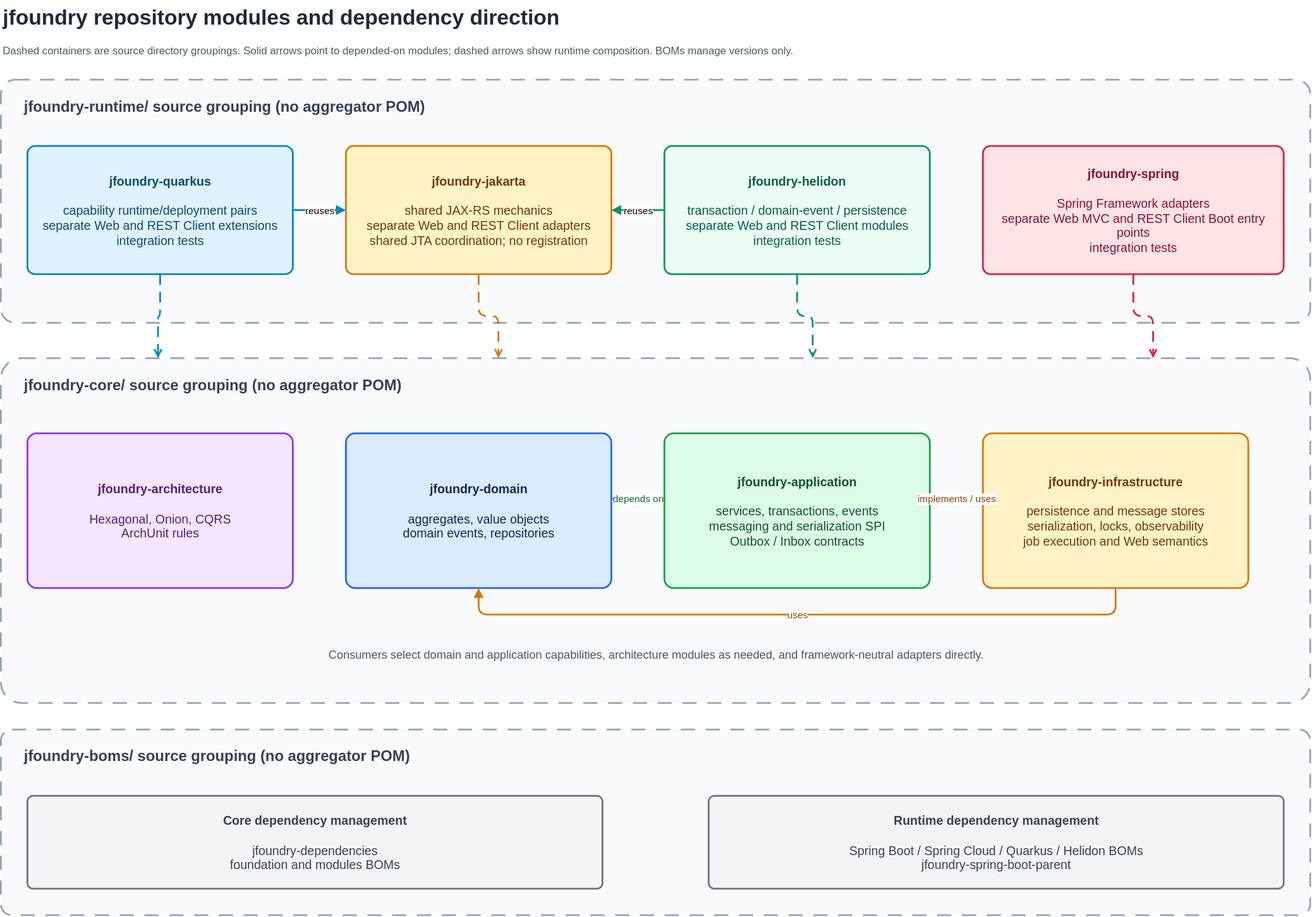
Above: docs/i18n/assets/jfoundry-module-architecture.svg in huahill/jfoundry (draw.io), before the change. Source tidied: cells renumbered, new cells last; positions are measured from the earlier drawing's top-left corner, leaving out a move shared by most shapes.
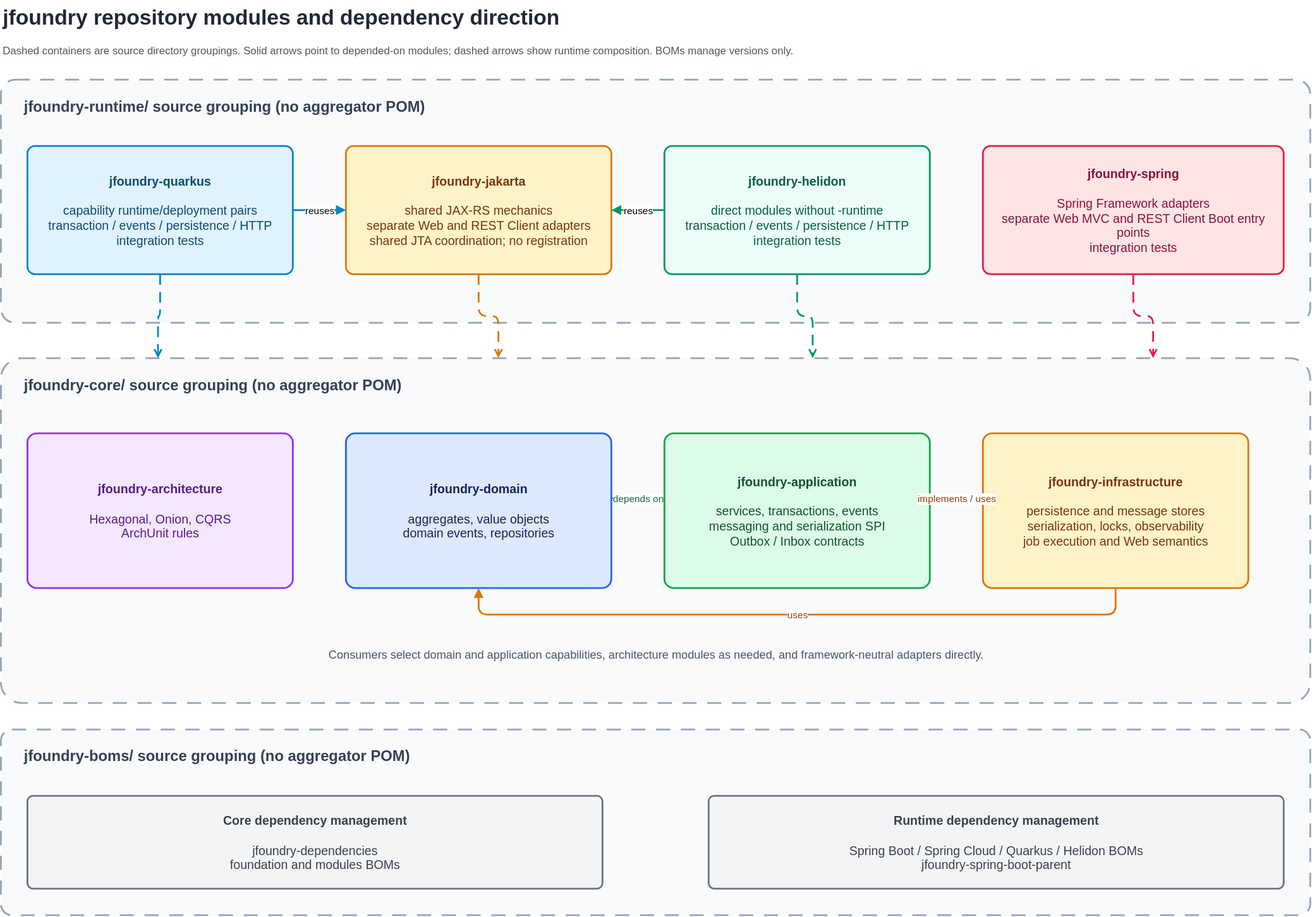
Above is the later version.

The edit, as a diff of the source:
```diff
@@ -11,13 +11,13 @@
     <mxCell id="4" value="jfoundry-runtime/   source grouping (no aggregator POM)" style="rounded=1;arcSize=6;whiteSpace=wrap;html=1;dashed=1;dashPattern=8 6;strokeWidth=2;fillColor=#F8FAFC;strokeColor=#94A3B8;fontColor=#334155;fontSize=17;fontStyle=1;align=left;verticalAlign=top;spacingTop=14;spacingLeft=24;" parent="1" vertex="1">
       <mxGeometry y="90" width="1480" height="275" as="geometry" />
     </mxCell>
-    <mxCell id="5" value="&lt;b&gt;jfoundry-quarkus&lt;/b&gt;&lt;br&gt;&lt;br&gt;capability runtime/deployment pairs&lt;br&gt;separate Web and REST Client extensions&lt;br&gt;integration tests" style="rounded=1;arcSize=6;whiteSpace=wrap;html=1;fillColor=#E0F2FE;strokeColor=#0284C7;strokeWidth=2;fontColor=#0C4A6E;fontSize=14;align=center;verticalAlign=middle;spacing=10;" parent="1" vertex="1">
+    <mxCell id="5" value="&lt;b&gt;jfoundry-quarkus&lt;/b&gt;&lt;br&gt;&lt;br&gt;capability runtime/deployment pairs&lt;br&gt;transaction / events / persistence / HTTP&lt;br&gt;integration tests" style="rounded=1;arcSize=6;whiteSpace=wrap;html=1;fillColor=#E0F2FE;strokeColor=#0284C7;strokeWidth=2;fontColor=#0C4A6E;fontSize=14;align=center;verticalAlign=middle;spacing=10;" parent="1" vertex="1">
       <mxGeometry x="30" y="165" width="300" height="145" as="geometry" />
     </mxCell>
     <mxCell id="6" value="&lt;b&gt;jfoundry-jakarta&lt;/b&gt;&lt;br&gt;&lt;br&gt;shared JAX-RS mechanics&lt;br&gt;separate Web and REST Client adapters&lt;br&gt;shared JTA coordination; no registration" style="rounded=1;arcSize=6;whiteSpace=wrap;html=1;fillColor=#FEF3C7;strokeColor=#D97706;strokeWidth=2;fontColor=#78350F;fontSize=14;align=center;verticalAlign=middle;spacing=10;" parent="1" vertex="1">
       <mxGeometry x="390" y="165" width="300" height="145" as="geometry" />
     </mxCell>
-    <mxCell id="7" value="&lt;b&gt;jfoundry-helidon&lt;/b&gt;&lt;br&gt;&lt;br&gt;transaction / domain-event / persistence&lt;br&gt;separate Web and REST Client modules&lt;br&gt;integration tests" style="rounded=1;arcSize=6;whiteSpace=wrap;html=1;fillColor=#ECFDF5;strokeColor=#059669;strokeWidth=2;fontColor=#065F46;fontSize=14;align=center;verticalAlign=middle;spacing=10;" parent="1" vertex="1">
+    <mxCell id="7" value="&lt;b&gt;jfoundry-helidon&lt;/b&gt;&lt;br&gt;&lt;br&gt;direct modules without -runtime&lt;br&gt;transaction / events / persistence / HTTP&lt;br&gt;integration tests" style="rounded=1;arcSize=6;whiteSpace=wrap;html=1;fillColor=#ECFDF5;strokeColor=#059669;strokeWidth=2;fontColor=#065F46;fontSize=14;align=center;verticalAlign=middle;spacing=10;" parent="1" vertex="1">
       <mxGeometry x="750" y="165" width="300" height="145" as="geometry" />
     </mxCell>
     <mxCell id="8" value="&lt;b&gt;jfoundry-spring&lt;/b&gt;&lt;br&gt;&lt;br&gt;Spring Framework adapters&lt;br&gt;separate Web MVC and REST Client Boot entry points&lt;br&gt;integration tests" style="rounded=1;arcSize=6;whiteSpace=wrap;html=1;fillColor=#FFE4E6;strokeColor=#E11D48;strokeWidth=2;fontColor=#881337;fontSize=14;align=center;verticalAlign=middle;spacing=10;" parent="1" vertex="1">
```
